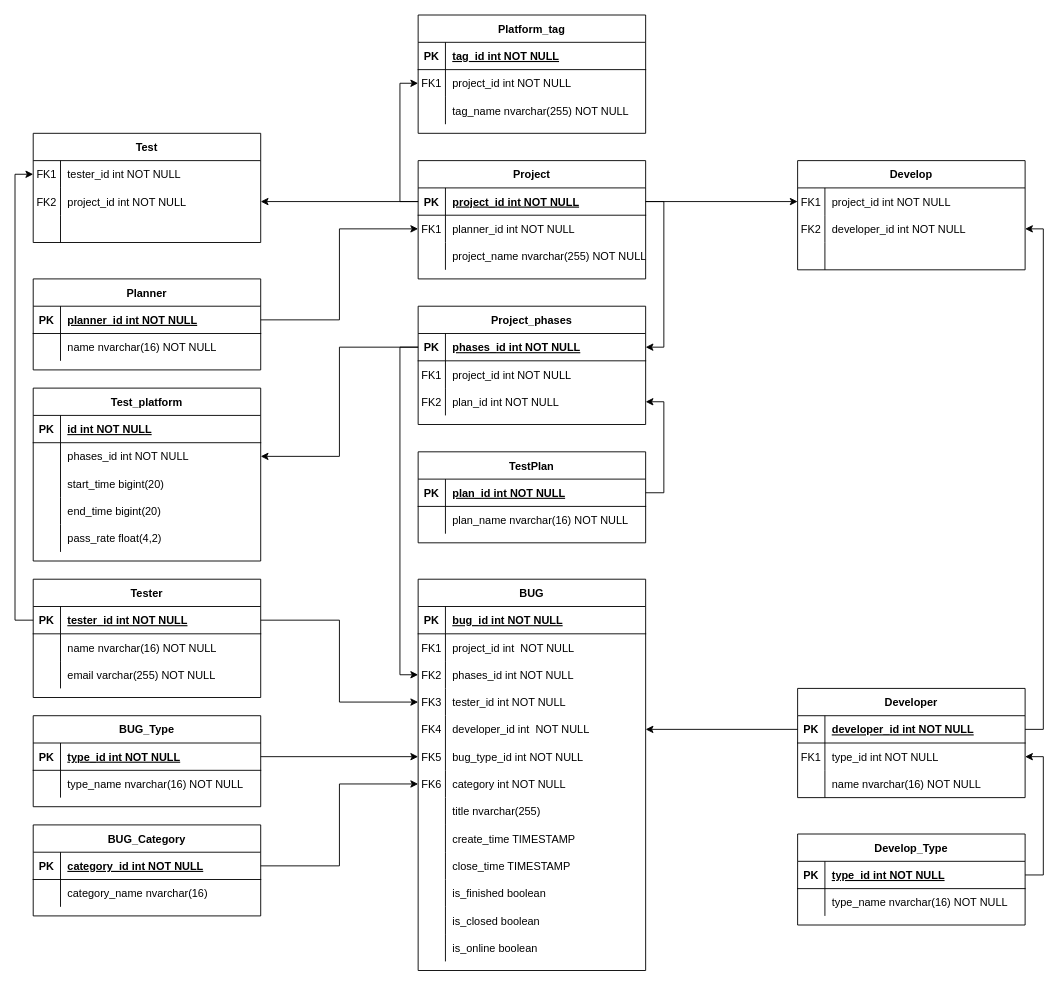
NaoOtosaka/StatisticForTester keeps this draw.io diagram as page "v3" (3 of 3) of doc/Sheet.drawio. Above is the earlier version. Source tidied: cells renumbered, new cells numbered last; positions are measured from the earlier drawing's top-left corner, leaving out a move shared by most shapes. Both pictures are drawn from the tidied source at 91%, with x=0, y=0 at pixel (33, 15).
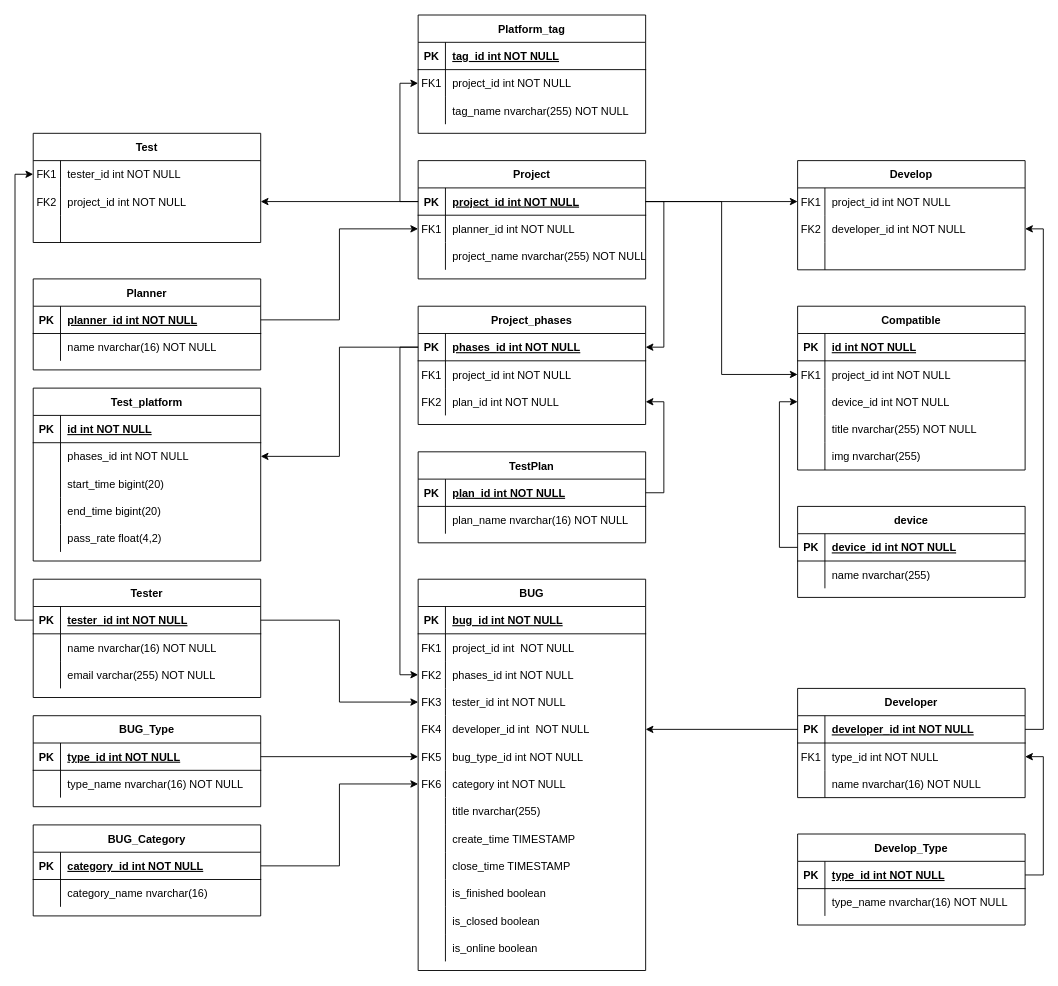
The same page after the edit.

Commit message:
数据库表定义更新

The change refers to these unchanged cells:
```xml
<mxCell id="3" style="shape=partialRectangle;fillColor=none;points=[[0,0.5],[1,0.5]];portConstraint=eastwest;top=0;left=0;right=0;bottom=1;" parent="2" vertex="1">
  <mxGeometry y="30" width="250" height="30" as="geometry" />
</mxCell>
```

Diff of the diagram source:
```diff
@@
+    <mxCell id="178" value="Compatible" style="shape=table;startSize=30;childLayout=tableLayout;rowLines=0;fontStyle=1;align=center;" parent="1" vertex="1">
+      <mxGeometry x="840" y="320" width="250" height="180" as="geometry" />
+    </mxCell>
+    <mxCell id="179" style="shape=partialRectangle;fillColor=none;top=0;left=0;right=0;bottom=1;" parent="178" vertex="1">
+      <mxGeometry y="30" width="250" height="30" as="geometry" />
+    </mxCell>
+    <mxCell id="180" value="PK" style="shape=partialRectangle;overflow=hidden;fillColor=none;top=0;left=0;bottom=0;right=0;fontStyle=1;" parent="179" vertex="1">
+      <mxGeometry width="30" height="30" as="geometry" />
+    </mxCell>
+    <mxCell id="181" value="id int NOT NULL " style="shape=partialRectangle;overflow=hidden;fillColor=none;top=0;left=0;bottom=0;right=0;align=left;spacingLeft=6;fontStyle=5;" parent="179" vertex="1">
+      <mxGeometry x="30" width="220" height="30" as="geometry" />
+    </mxCell>
+    <mxCell id="182" style="shape=partialRectangle;fillColor=none;points=[[0,0.5],[1,0.5]];portConstraint=eastwest;top=0;left=0;right=0;bottom=0;" parent="178" vertex="1">
+      <mxGeometry y="60" width="250" height="30" as="geometry" />
+    </mxCell>
+    <mxCell id="183" value="FK1" style="shape=partialRectangle;overflow=hidden;fillColor=none;top=0;left=0;bottom=0;right=0;" parent="182" vertex="1">
+      <mxGeometry width="30" height="30" as="geometry" />
+    </mxCell>
+    <mxCell id="184" value="project_id int NOT NULL" style="shape=partialRectangle;overflow=hidden;fillColor=none;top=0;left=0;bottom=0;right=0;align=left;spacingLeft=6;" parent="182" vertex="1">
+      <mxGeometry x="30" width="220" height="30" as="geometry" />
+    </mxCell>
+    <mxCell id="185" style="shape=partialRectangle;fillColor=none;points=[[0,0.5],[1,0.5]];portConstraint=eastwest;top=0;left=0;right=0;bottom=0;" parent="178" vertex="1">
+      <mxGeometry y="90" width="250" height="30" as="geometry" />
+    </mxCell>
+    <mxCell id="186" style="shape=partialRectangle;overflow=hidden;fillColor=none;top=0;left=0;bottom=0;right=0;" parent="185" vertex="1">
+      <mxGeometry width="30" height="30" as="geometry" />
+    </mxCell>
+    <mxCell id="187" value="device_id int NOT NULL" style="shape=partialRectangle;overflow=hidden;fillColor=none;top=0;left=0;bottom=0;right=0;align=left;spacingLeft=6;" parent="185" vertex="1">
+      <mxGeometry x="30" width="220" height="30" as="geometry" />
+    </mxCell>
+    <mxCell id="188" style="shape=partialRectangle;fillColor=none;top=0;left=0;right=0;bottom=0;" parent="178" vertex="1">
+      <mxGeometry y="120" width="250" height="30" as="geometry" />
+    </mxCell>
+    <mxCell id="189" style="shape=partialRectangle;overflow=hidden;fillColor=none;top=0;left=0;bottom=0;right=0;" parent="188" vertex="1">
+      <mxGeometry width="30" height="30" as="geometry" />
+    </mxCell>
+    <mxCell id="190" value="title nvarchar(255) NOT NULL" style="shape=partialRectangle;overflow=hidden;fillColor=none;top=0;left=0;bottom=0;right=0;align=left;spacingLeft=6;" parent="188" vertex="1">
+      <mxGeometry x="30" width="220" height="30" as="geometry" />
+    </mxCell>
+    <mxCell id="191" style="shape=partialRectangle;fillColor=none;top=0;left=0;right=0;bottom=0;" parent="178" vertex="1">
+      <mxGeometry y="150" width="250" height="30" as="geometry" />
+    </mxCell>
+    <mxCell id="192" style="shape=partialRectangle;overflow=hidden;fillColor=none;top=0;left=0;bottom=0;right=0;" parent="191" vertex="1">
+      <mxGeometry width="30" height="30" as="geometry" />
+    </mxCell>
+    <mxCell id="193" value="img nvarchar(255)" style="shape=partialRectangle;overflow=hidden;fillColor=none;top=0;left=0;bottom=0;right=0;align=left;spacingLeft=6;" parent="191" vertex="1">
+      <mxGeometry x="30" width="220" height="30" as="geometry" />
+    </mxCell>
+    <mxCell id="194" value="device" style="shape=table;startSize=30;childLayout=tableLayout;rowLines=0;fontStyle=1;align=center;" parent="1" vertex="1">
+      <mxGeometry x="840" y="540" width="250" height="100" as="geometry" />
+    </mxCell>
+    <mxCell id="195" style="shape=partialRectangle;fillColor=none;points=[[0,0.5],[1,0.5]];portConstraint=eastwest;top=0;left=0;right=0;bottom=1;" parent="194" vertex="1">
+      <mxGeometry y="30" width="250" height="30" as="geometry" />
+    </mxCell>
+    <mxCell id="196" value="PK" style="shape=partialRectangle;overflow=hidden;fillColor=none;top=0;left=0;bottom=0;right=0;fontStyle=1;" parent="195" vertex="1">
+      <mxGeometry width="30" height="30" as="geometry" />
+    </mxCell>
+    <mxCell id="197" value="device_id int NOT NULL " style="shape=partialRectangle;overflow=hidden;fillColor=none;top=0;left=0;bottom=0;right=0;align=left;spacingLeft=6;fontStyle=5;" parent="195" vertex="1">
+      <mxGeometry x="30" width="220" height="30" as="geometry" />
+    </mxCell>
+    <mxCell id="198" style="shape=partialRectangle;fillColor=none;top=0;left=0;right=0;bottom=0;" parent="194" vertex="1">
+      <mxGeometry y="60" width="250" height="30" as="geometry" />
+    </mxCell>
+    <mxCell id="199" style="shape=partialRectangle;overflow=hidden;fillColor=none;top=0;left=0;bottom=0;right=0;" parent="198" vertex="1">
+      <mxGeometry width="30" height="30" as="geometry" />
+    </mxCell>
+    <mxCell id="200" value="name nvarchar(255)" style="shape=partialRectangle;overflow=hidden;fillColor=none;top=0;left=0;bottom=0;right=0;align=left;spacingLeft=6;" parent="198" vertex="1">
+      <mxGeometry x="30" width="220" height="30" as="geometry" />
+    </mxCell>
+    <mxCell id="201" style="edgeStyle=orthogonalEdgeStyle;rounded=0;jettySize=auto;html=1;entryX=0;entryY=0.5;entryDx=0;entryDy=0;" parent="1" edge="1" source="195" target="185">
+      <mxGeometry relative="1" as="geometry" />
+    </mxCell>
+    <mxCell id="202" style="edgeStyle=orthogonalEdgeStyle;rounded=0;jettySize=auto;html=1;" parent="1" edge="1" source="3" target="182">
+      <mxGeometry relative="1" as="geometry" />
+    </mxCell>
```
